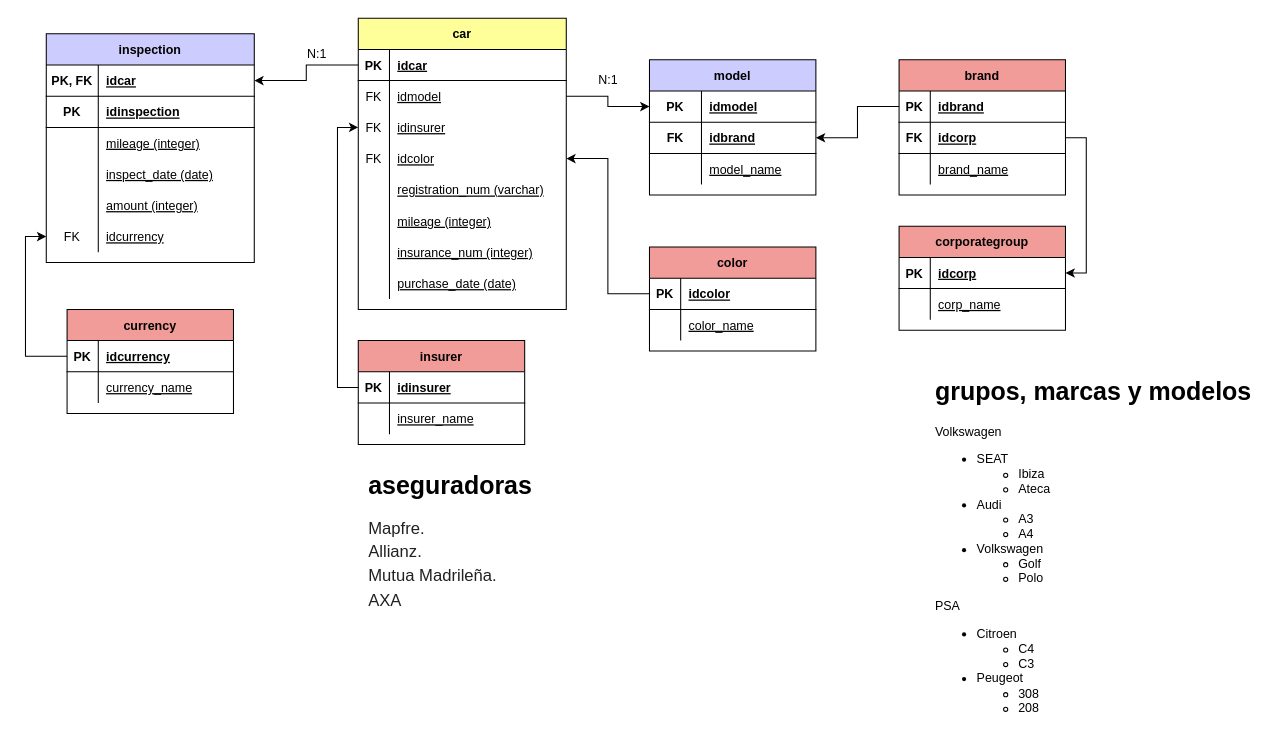
Earlier version of the draw.io diagram page "Diagrama entidad relación" (1 of 2) of modeloER.drawio (valgz/modelado_datos_sql). Source tidied: cells renumbered, new cells numbered last; positions are measured from the earlier drawing's top-left corner, leaving out a move shared by most shapes. Both pictures are drawn from the tidied source at 104%, with x=0, y=0 at pixel (46, 18).
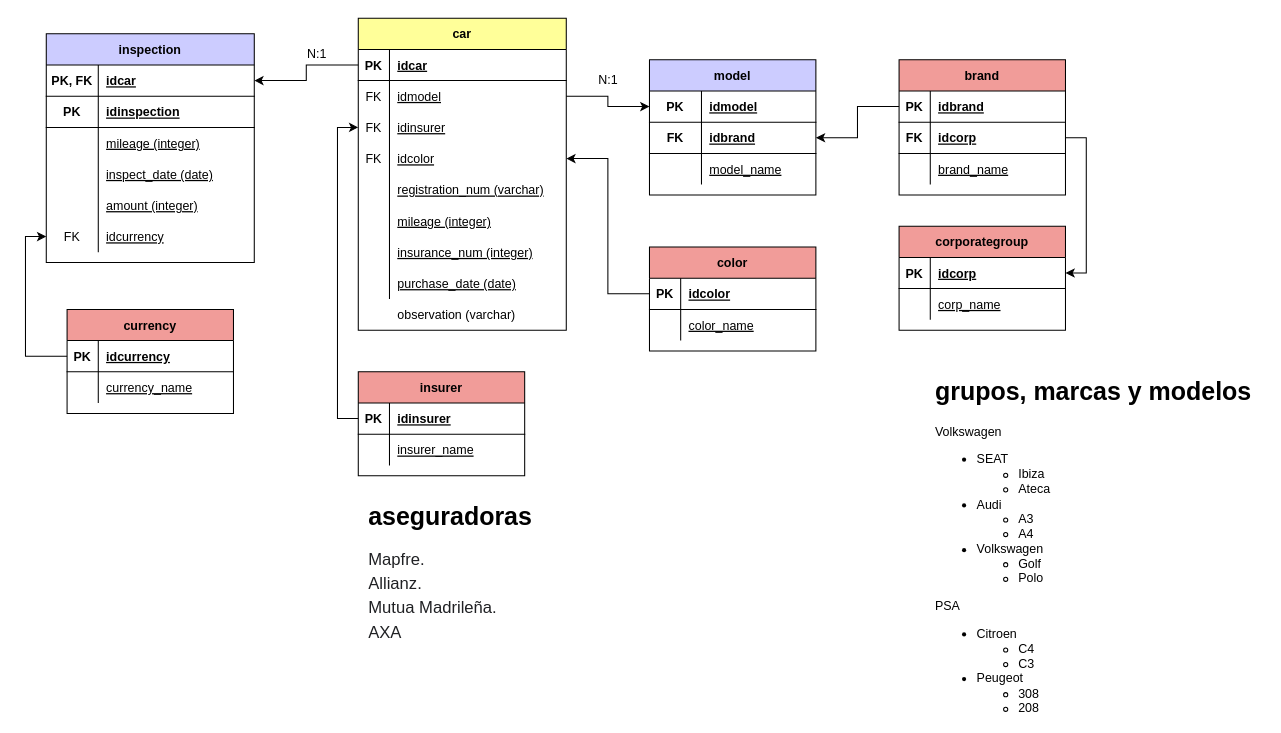
The same page after the edit.

Commit message:
Agrego observation a tablar CAR

The edit, as a diff of the source:
```diff
@@
     <mxCell id="2" value="car" style="shape=table;startSize=30;childLayout=tableLayout;rowLines=0;fontStyle=1;align=center;fillColor=#FFFF99;" parent="1" vertex="1">
-      <mxGeometry x="300" width="200" height="280" as="geometry" />
+      <mxGeometry x="300" width="200" height="300" as="geometry" />
     </mxCell>
@@
     <mxCell id="74" value="insurer" style="shape=table;startSize=30;childLayout=tableLayout;rowLines=0;fontStyle=1;align=center;fillColor=#F19C99;" parent="1" vertex="1">
-      <mxGeometry x="300" y="310" width="160" height="100" as="geometry" />
+      <mxGeometry x="300" y="340" width="160" height="100" as="geometry" />
     </mxCell>
@@
     <mxCell id="82" value="&lt;h1&gt;&lt;span style=&quot;background-color: rgb(255, 255, 255);&quot;&gt;aseguradoras&lt;/span&gt;&lt;/h1&gt;&lt;ul style=&quot;margin: 0px; padding: 0px; color: rgb(32, 33, 36); font-family: arial, sans-serif; font-size: 16px;&quot; class=&quot;i8Z77e&quot;&gt;&lt;li style=&quot;margin: 0px 0px 4px; padding: 0px; list-style-type: disc;&quot; class=&quot;TrT0Xe&quot;&gt;&lt;span style=&quot;background-color: rgb(255, 255, 255);&quot;&gt;Mapfre.&lt;/span&gt;&lt;/li&gt;&lt;li style=&quot;margin: 0px 0px 4px; padding: 0px; list-style-type: disc;&quot; class=&quot;TrT0Xe&quot;&gt;&lt;span style=&quot;background-color: rgb(255, 255, 255);&quot;&gt;Allianz.&lt;/span&gt;&lt;/li&gt;&lt;li style=&quot;margin: 0px 0px 4px; padding: 0px; list-style-type: disc;&quot; class=&quot;TrT0Xe&quot;&gt;&lt;span style=&quot;background-color: rgb(255, 255, 255);&quot;&gt;Mutua Madrileña.&lt;/span&gt;&lt;/li&gt;&lt;li style=&quot;margin: 0px 0px 4px; padding: 0px; list-style-type: disc;&quot; class=&quot;TrT0Xe&quot;&gt;&lt;span style=&quot;background-color: rgb(255, 255, 255);&quot;&gt;AXA&lt;/span&gt;&lt;/li&gt;&lt;/ul&gt;" style="text;html=1;strokeColor=none;fillColor=none;spacing=5;spacingTop=-20;whiteSpace=wrap;overflow=hidden;rounded=0;" parent="1" vertex="1">
-      <mxGeometry x="305" y="430" width="190" height="150" as="geometry" />
+      <mxGeometry x="305" y="460" width="190" height="150" as="geometry" />
     </mxCell>
@@
+    <mxCell id="106" style="shape=tableRow;horizontal=0;startSize=0;swimlaneHead=0;swimlaneBody=0;fillColor=none;top=0;left=0;right=0;bottom=0;" parent="1" vertex="1">
+      <mxGeometry x="300" y="270" width="200" height="30" as="geometry" />
+    </mxCell>
+    <mxCell id="107" style="shape=partialRectangle;fillColor=none;top=0;left=0;bottom=0;right=0;overflow=hidden;" parent="106" vertex="1">
+      <mxGeometry width="30" height="30" as="geometry" />
+    </mxCell>
+    <mxCell id="108" value="observation (varchar)" style="shape=partialRectangle;fillColor=none;top=0;left=0;bottom=0;right=0;align=left;spacingLeft=6;overflow=hidden;fontStyle=0;" parent="106" vertex="1">
+      <mxGeometry x="30" width="170" height="30" as="geometry" />
+    </mxCell>
```
